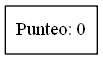
Earlier version of the Graphviz export ListaPunteo2.png (AdriGomez95/EDD_1S2020_PY1_201504236-master). Its source is kept beside it as ListaPunteo2.dot.
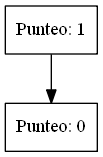
Later version of the same file.

Diff of the diagram source:
```diff
@@ -1,3 +1,4 @@
 digraph G{
-node0[shape = record,label = "Punteo: 0"];
-node0}
+node0[shape = record,label = "Punteo: 1"];
+node1[shape = record,label = "Punteo: 0"];
+node0->node1}
```
